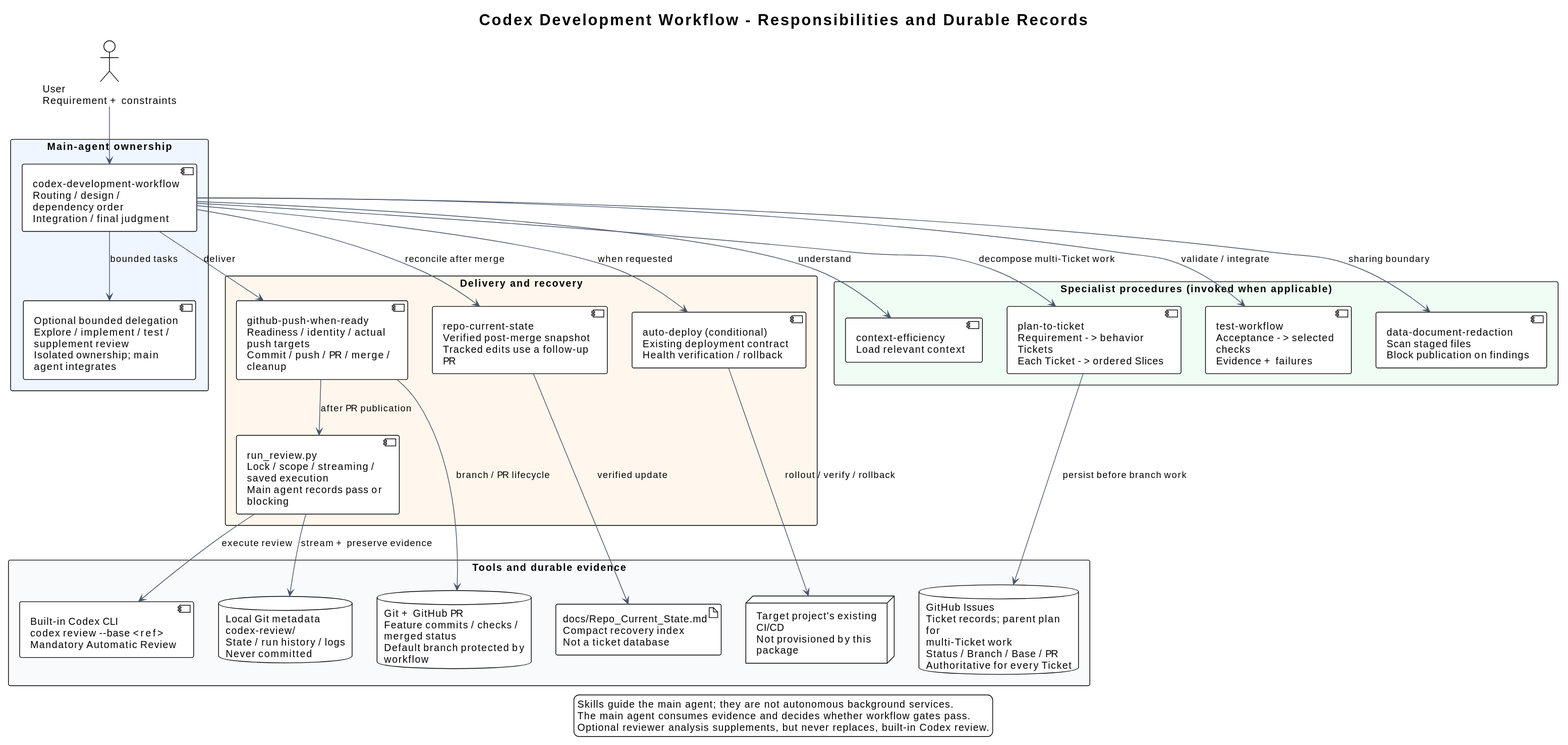
Before: docs/diagrams/components.svg, a diagram exported from PlantUML (i-zrhe2016/codex-development-workflow).
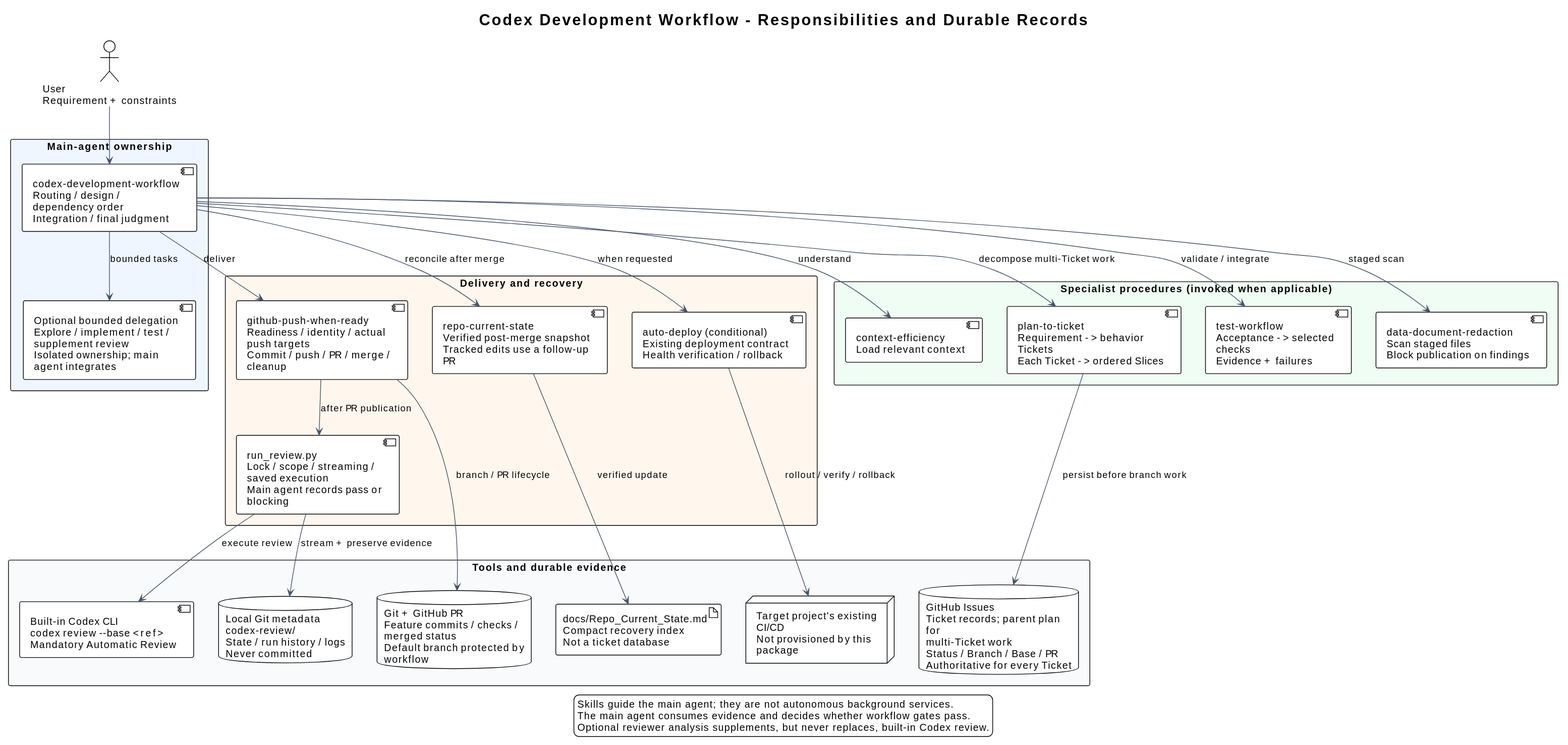
The same diagram one commit later.

Commit message:
docs(redaction): align runtime skill and auto-deploy with the staged scan

Diff of the diagram source:
```diff
@@ -39,7 +39,7 @@
 main --> context : understand
 main --> plan : decompose multi-Ticket work
 main --> tests : validate / integrate
-main --> redact : sharing boundary
+main --> redact : staged scan
 main --> publish : deliver
 main --> state : reconcile after merge
 main --> deploy : when requested
```
